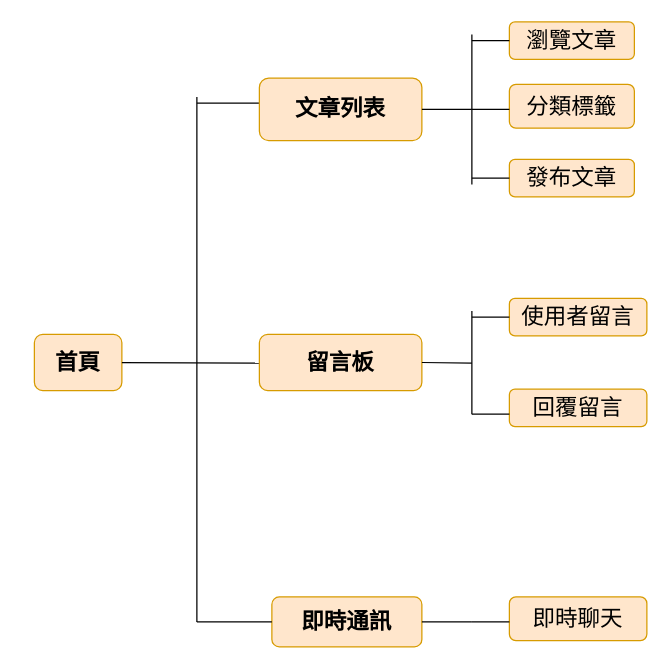
The draw.io diagram manual/architecture/互動平台架構圖.drawio in IIIEDUG02/SpecialTopic, before the edit. Source tidied: cells renumbered, new cells numbered last; positions are measured from the earlier drawing's top-left corner, leaving out a move shared by most shapes. Both pictures are drawn from the tidied source at 125%, with x=0, y=0 at pixel (34, 21).
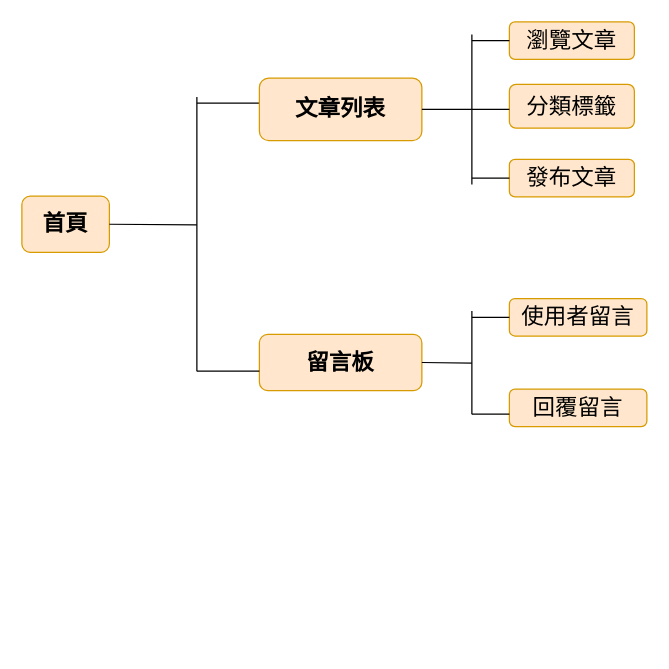
The same diagram, later.

Commit message:
更新互動平台架構圖

The change refers to these unchanged cells:
```xml
<mxCell id="7" value="&lt;b&gt;&lt;font style=&quot;font-size: 18px&quot;&gt;留言板&lt;/font&gt;&lt;/b&gt;" style="rounded=1;whiteSpace=wrap;html=1;fontFamily=Comic Sans MS;fillColor=#ffe6cc;strokeColor=#d79b00;" parent="1" vertex="1">
  <mxGeometry x="180" y="250" width="130" height="45" as="geometry" />
</mxCell>
```

What changed in the source:
```diff
@@
     <mxCell id="2" value="&lt;h2&gt;首頁&lt;/h2&gt;" style="rounded=1;whiteSpace=wrap;html=1;rotation=0;fillColor=#ffe6cc;strokeColor=#d79b00;" parent="1" vertex="1">
-      <mxGeometry y="250" width="70" height="45" as="geometry" />
+      <mxGeometry x="-10" y="139.4" width="70" height="45" as="geometry" />
     </mxCell>
     <mxCell id="3" style="endArrow=none;html=1;rounded=0;fontFamily=Comic Sans MS;" parent="1" edge="1">
       <mxGeometry relative="1" as="geometry">
         <mxPoint x="130" y="60" as="sourcePoint" />
-        <mxPoint x="130" y="480" as="targetPoint" />
+        <mxPoint x="130" y="279.4" as="targetPoint" />
       </mxGeometry>
     </mxCell>
     <mxCell id="4" style="endArrow=none;html=1;rounded=0;fontFamily=Comic Sans MS;exitX=1;exitY=0.5;exitDx=0;exitDy=0;" parent="1" edge="1" source="2">
       <mxGeometry relative="1" as="geometry">
-        <mxPoint x="180" y="273" as="targetPoint" />
+        <mxPoint x="130" y="162.4" as="targetPoint" />
       </mxGeometry>
     </mxCell>
@@
-    <mxCell id="8" value="&lt;b&gt;&lt;font style=&quot;font-size: 18px&quot;&gt;即時通訊&lt;/font&gt;&lt;/b&gt;" style="rounded=1;whiteSpace=wrap;html=1;fontFamily=Comic Sans MS;fillColor=#ffe6cc;strokeColor=#d79b00;" parent="1" vertex="1">
-      <mxGeometry x="190" y="460" width="120" height="40" as="geometry" />
-    </mxCell>
@@
-    <mxCell id="11" style="endArrow=none;html=1;rounded=0;fontFamily=Comic Sans MS;fontSize=18;" parent="1" edge="1">
-      <mxGeometry relative="1" as="geometry">
-        <mxPoint x="130" y="480" as="sourcePoint" />
-        <mxPoint x="190" y="480" as="targetPoint" />
-      </mxGeometry>
-    </mxCell>
-    <mxCell id="12" style="endArrow=none;html=1;rounded=0;fontFamily=Comic Sans MS;fontSize=18;exitX=1;exitY=0.5;exitDx=0;exitDy=0;" parent="1" edge="1" source="8">
-      <mxGeometry relative="1" as="geometry">
-        <mxPoint x="350" y="480" as="targetPoint" />
-      </mxGeometry>
-    </mxCell>
@@
     <mxCell id="20" value="使用者留言" style="rounded=1;whiteSpace=wrap;html=1;fontFamily=Comic Sans MS;fontSize=18;fillColor=#ffe6cc;strokeColor=#d79b00;" parent="1" vertex="1">
-      <mxGeometry x="380" y="221.2" width="110" height="30" as="geometry" />
+      <mxGeometry x="380" y="221.3" width="110" height="30" as="geometry" />
     </mxCell>
@@
     <mxCell id="22" style="endArrow=none;html=1;rounded=0;fontFamily=Comic Sans MS;fontSize=18;" parent="1" edge="1">
       <mxGeometry relative="1" as="geometry">
         <mxPoint x="350" y="313.8" as="sourcePoint" />
-        <mxPoint x="350" y="231.2" as="targetPoint" />
+        <mxPoint x="350" y="231.3" as="targetPoint" />
       </mxGeometry>
     </mxCell>
@@
     <mxCell id="24" style="endArrow=none;html=1;rounded=0;fontFamily=Comic Sans MS;fontSize=18;entryX=0;entryY=0.5;entryDx=0;entryDy=0;" parent="1" edge="1" target="20">
       <mxGeometry relative="1" as="geometry">
-        <mxPoint x="350" y="236.2" as="sourcePoint" />
+        <mxPoint x="350" y="236.3" as="sourcePoint" />
       </mxGeometry>
     </mxCell>
-    <mxCell id="25" value="即時聊天" style="rounded=1;whiteSpace=wrap;html=1;fontFamily=Comic Sans MS;fontSize=18;fillColor=#ffe6cc;strokeColor=#d79b00;" parent="1" vertex="1">
-      <mxGeometry x="380" y="460" width="110" height="35" as="geometry" />
-    </mxCell>
-    <mxCell id="26" style="endArrow=none;html=1;rounded=0;fontFamily=Comic Sans MS;fontSize=18;" parent="1" edge="1">
-      <mxGeometry relative="1" as="geometry">
-        <mxPoint x="350" y="480" as="sourcePoint" />
-        <mxPoint x="380" y="480" as="targetPoint" />
-      </mxGeometry>
-    </mxCell>
+    <mxCell id="27" style="endArrow=none;html=1;rounded=0;entryX=0;entryY=0.653;entryDx=0;entryDy=0;entryPerimeter=0;" parent="1" edge="1" target="7">
+      <mxGeometry relative="1" as="geometry">
+        <mxPoint x="130" y="279.4" as="sourcePoint" />
+      </mxGeometry>
+    </mxCell>
```
